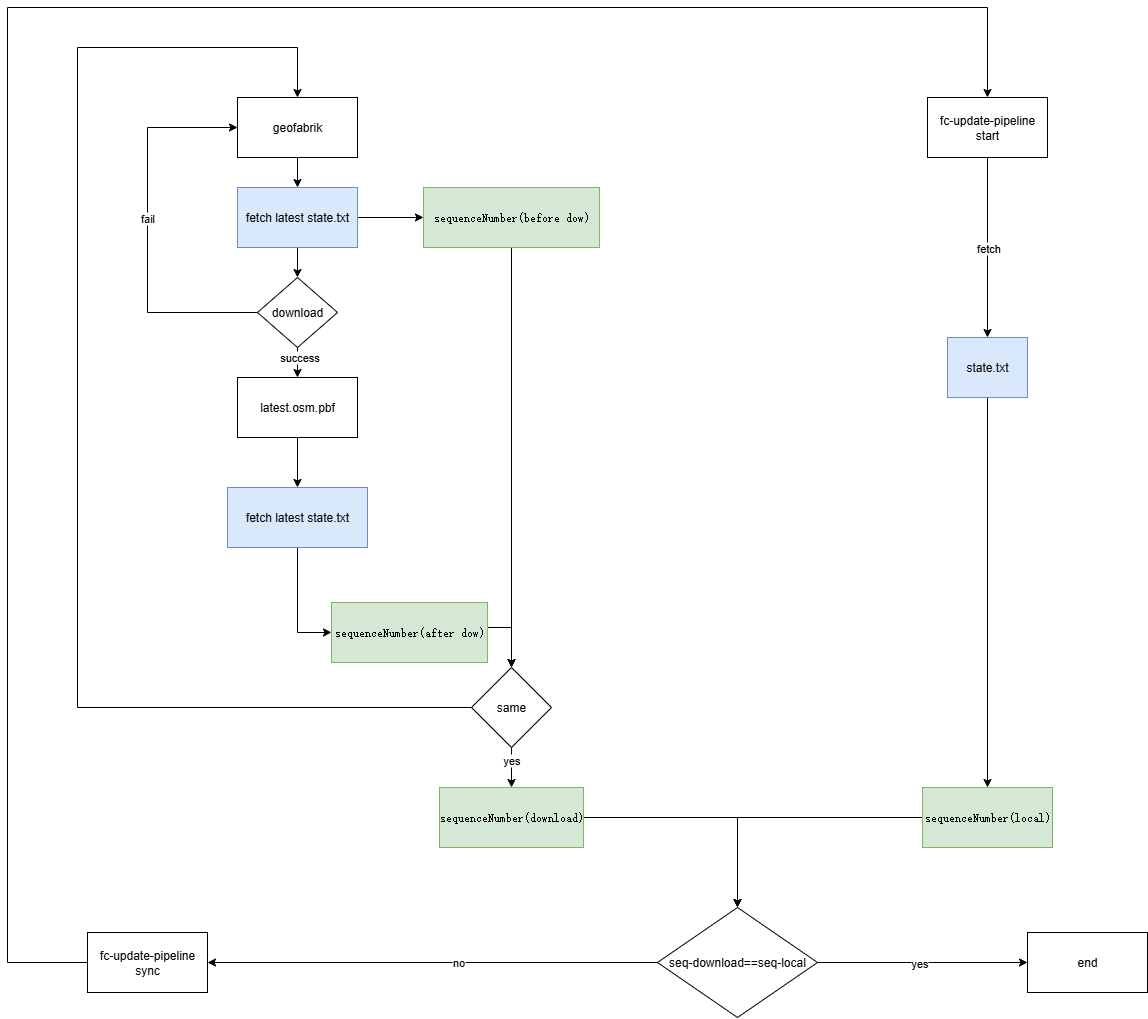
472542625/drawio keeps this draw.io diagram as fc update.drawio.png. Above is the earlier version. Source tidied: cells renumbered, new cells last; positions are measured from the earlier drawing's top-left corner, leaving out a move shared by most shapes.
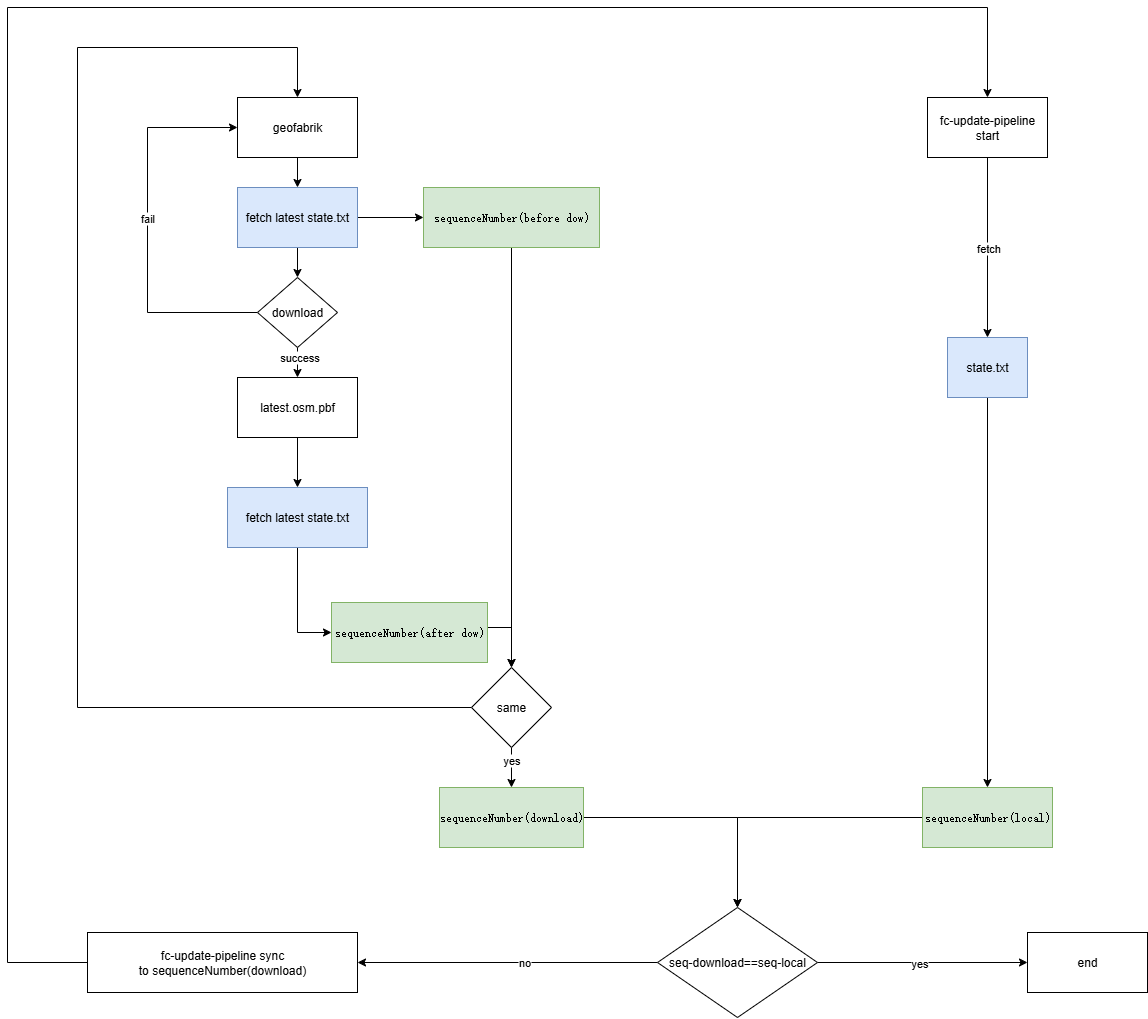
After the commit.

What changed in the source:
```diff
@@ -104,8 +104,8 @@
         </Array>
       </mxGeometry>
     </mxCell>
-    <mxCell id="29" value="fc-update-pipeline sync" style="rounded=0;whiteSpace=wrap;html=1;" parent="1" vertex="1">
-      <mxGeometry x="80" y="925" width="120" height="60" as="geometry" />
+    <mxCell id="29" value="fc-update-pipeline sync to&amp;nbsp;&lt;span style=&quot;text-align: start; background-color: transparent; color: light-dark(rgb(0, 0, 0), rgb(255, 255, 255));&quot;&gt;sequenceNumber(download)&lt;/span&gt;" style="rounded=0;whiteSpace=wrap;html=1;" parent="1" vertex="1">
+      <mxGeometry x="80" y="925" width="270" height="60" as="geometry" />
     </mxCell>
     <mxCell id="30" style="edgeStyle=orthogonalEdgeStyle;rounded=0;jettySize=auto;html=1;" parent="1" edge="1" source="32" target="15">
       <mxGeometry relative="1" as="geometry" />
```
